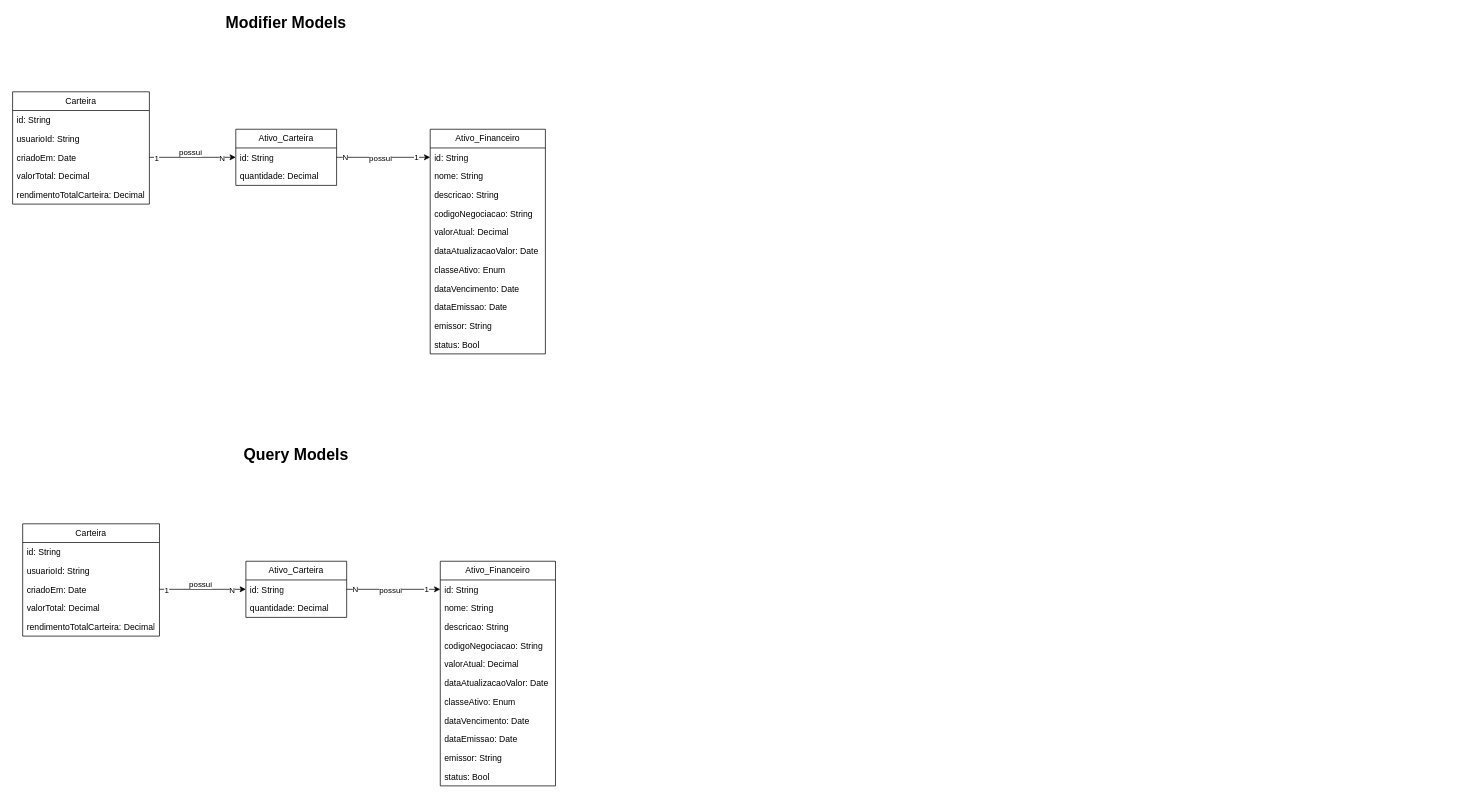
Earlier version of the draw.io diagram PeraInvest/diagrama_classes.drawio (mpsouza98/pera-wallet). Source tidied: cells renumbered, new cells numbered last; positions are measured from the earlier drawing's top-left corner, leaving out a move shared by most shapes. Both pictures are drawn from the tidied source at 72%, with x=0, y=0 at pixel (12, 12).
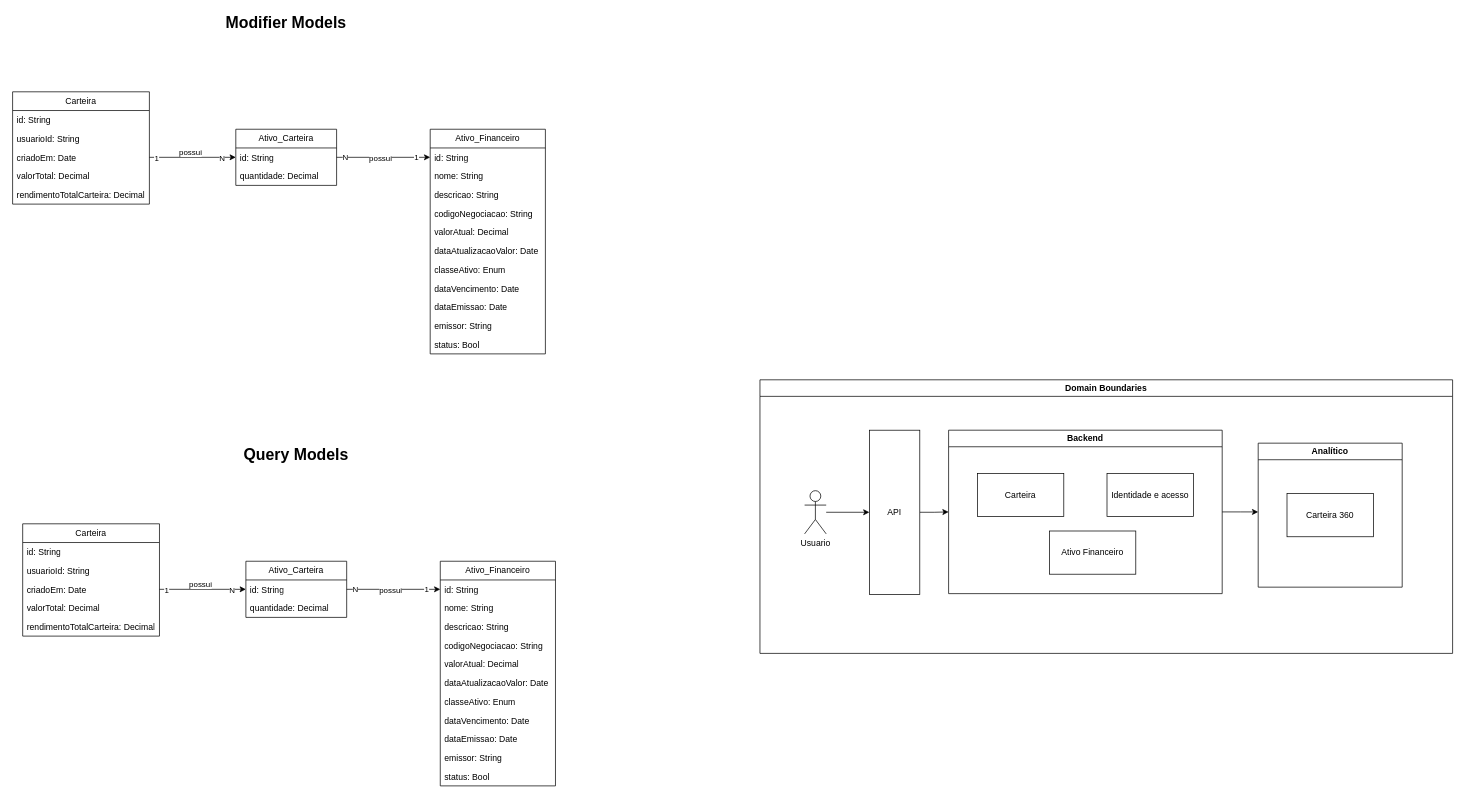
The same diagram, later.

The edit, as a diff of the source:
```diff
@@
+    <mxCell id="62" style="edgeStyle=orthogonalEdgeStyle;rounded=0;jettySize=auto;html=1;" parent="1" edge="1" source="63">
+      <mxGeometry relative="1" as="geometry">
+        <mxPoint x="1730" y="693.5" as="targetPoint" />
+      </mxGeometry>
+    </mxCell>
+    <mxCell id="63" value="Backend" style="swimlane;whiteSpace=wrap;html=1;" parent="1" vertex="1">
+      <mxGeometry x="1300" y="580" width="380" height="227" as="geometry" />
+    </mxCell>
+    <mxCell id="64" value="Carteira" style="rounded=0;whiteSpace=wrap;html=1;" parent="63" vertex="1">
+      <mxGeometry x="40" y="60" width="120" height="60" as="geometry" />
+    </mxCell>
+    <mxCell id="65" value="Identidade e acesso" style="rounded=0;whiteSpace=wrap;html=1;" parent="63" vertex="1">
+      <mxGeometry x="220" y="60" width="120" height="60" as="geometry" />
+    </mxCell>
+    <mxCell id="66" value="Ativo Financeiro" style="rounded=0;whiteSpace=wrap;html=1;" parent="63" vertex="1">
+      <mxGeometry x="140" y="140" width="120" height="60" as="geometry" />
+    </mxCell>
+    <mxCell id="67" value="Analítico" style="swimlane;whiteSpace=wrap;html=1;" parent="1" vertex="1">
+      <mxGeometry x="1730" y="598" width="200" height="200" as="geometry" />
+    </mxCell>
+    <mxCell id="68" value="Carteira 360" style="rounded=0;whiteSpace=wrap;html=1;" parent="67" vertex="1">
+      <mxGeometry x="40" y="70" width="120" height="60" as="geometry" />
+    </mxCell>
+    <mxCell id="69" style="edgeStyle=orthogonalEdgeStyle;rounded=0;jettySize=auto;html=1;" parent="1" edge="1" source="70" target="72">
+      <mxGeometry relative="1" as="geometry" />
+    </mxCell>
+    <mxCell id="70" value="Usuario" style="shape=umlActor;verticalLabelPosition=bottom;verticalAlign=top;html=1;outlineConnect=0;" parent="1" vertex="1">
+      <mxGeometry x="1100" y="664" width="30" height="60" as="geometry" />
+    </mxCell>
+    <mxCell id="71" style="edgeStyle=orthogonalEdgeStyle;rounded=0;jettySize=auto;html=1;entryX=0;entryY=0.5;entryDx=0;entryDy=0;" parent="1" edge="1" source="72" target="63">
+      <mxGeometry relative="1" as="geometry" />
+    </mxCell>
+    <mxCell id="72" value="API" style="rounded=0;whiteSpace=wrap;html=1;" parent="1" vertex="1">
+      <mxGeometry x="1190" y="580" width="70" height="228" as="geometry" />
+    </mxCell>
+    <mxCell id="73" value="Domain Boundaries" style="swimlane;whiteSpace=wrap;html=1;" parent="1" vertex="1">
+      <mxGeometry x="1038" y="510" width="962" height="380" as="geometry" />
+    </mxCell>
```
